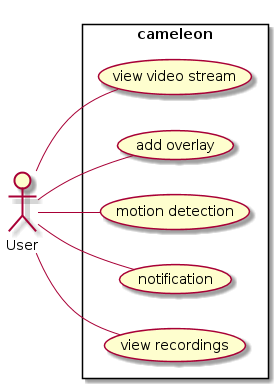
The PlantUML diagram docs/images/use-case.png in simonittensammer/cameleon, before a commit.
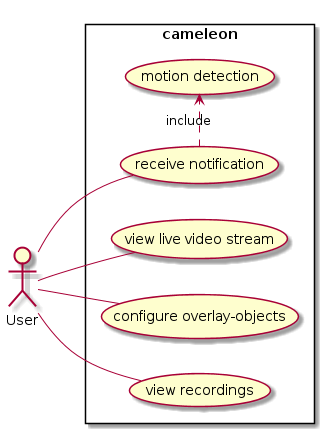
The same diagram one commit later.

Change to the diagram source:
```diff
@@ -2,10 +2,10 @@
 left to right direction
 actor User
 rectangle cameleon {
-    User -- (view video stream)
-    User -- (add overlay)
-    User -- (motion detection)
-    User -- (notification)
+    User -- (view live video stream)
+    User -- (configure overlay-objects)
+    User -- (receive notification)
+    (receive notification).>(motion detection) :include
     User -- (view recordings)
 }
 @enduml
```
